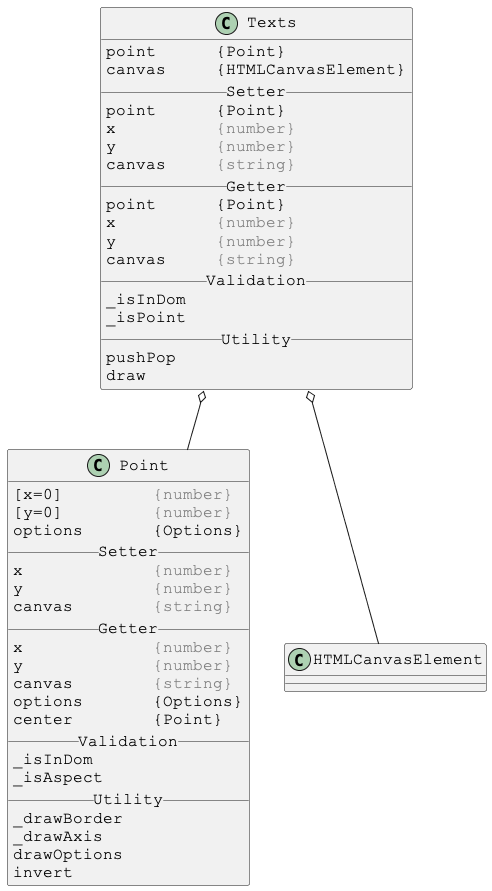
Justin-Byrne/canvasLab keeps this PlantUML diagram as docs/PlantUml/images/linked/Texts-linked.png. Above is the earlier version.
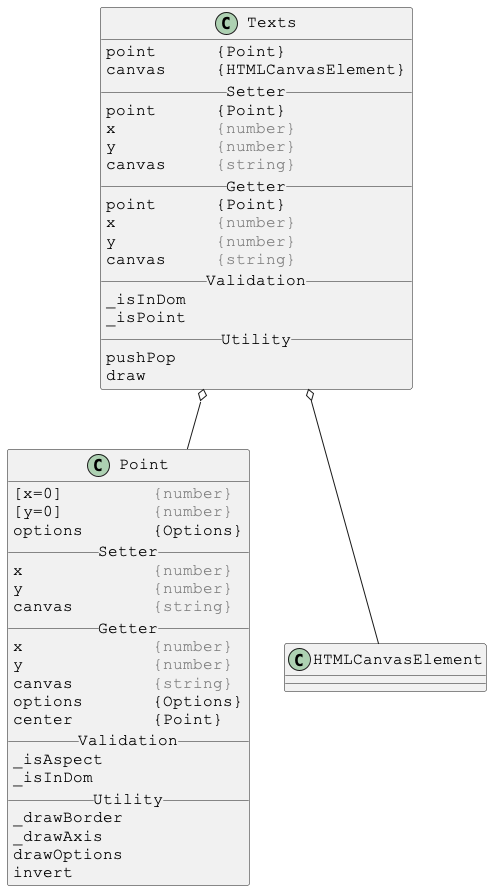
After the change.

Change to the diagram source:
```diff
@@ -47,8 +47,8 @@
 options       {Options}
 center        {Point}
 __ Validation __
+_isAspect
 _isInDom
-_isAspect
 __ Utility __
 _drawBorder
 _drawAxis
```
